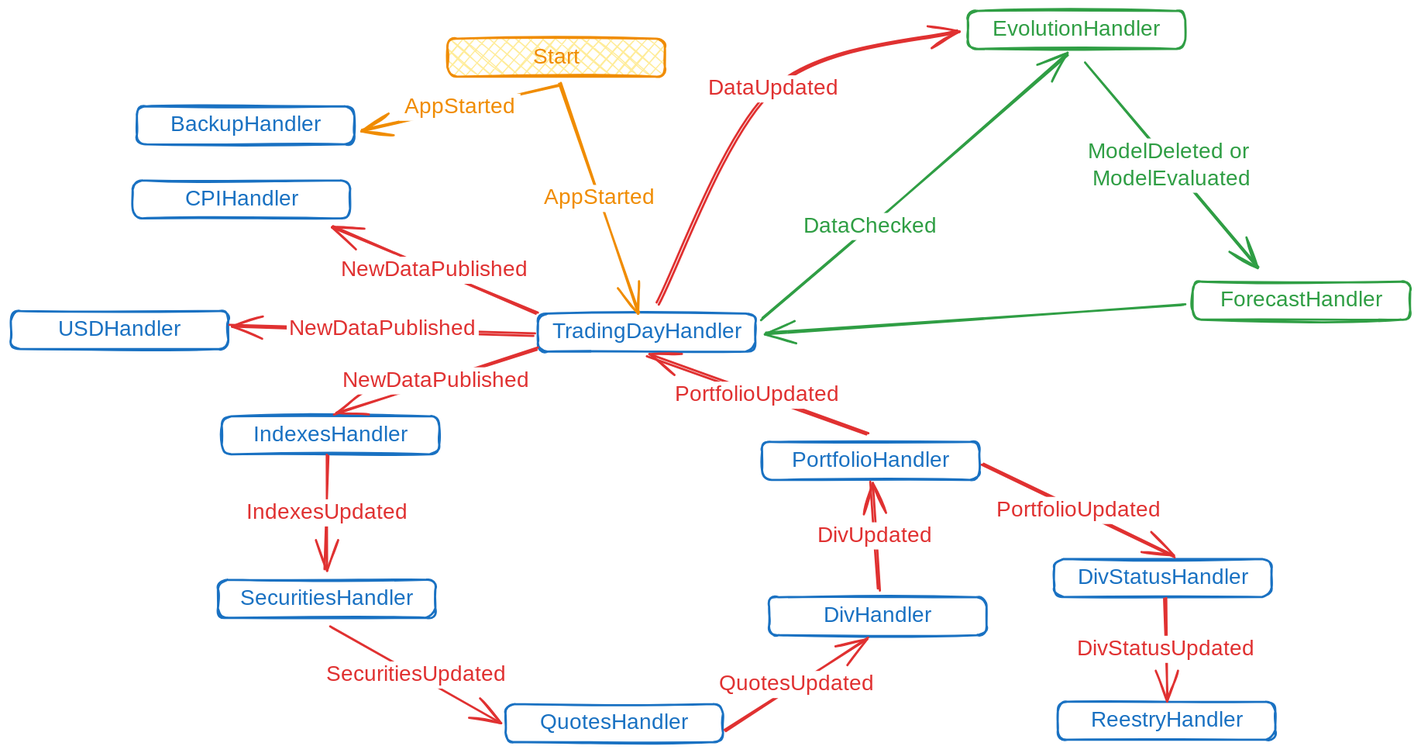
The Excalidraw diagram docs/.excalidraw.svg in WLM1ke/poptimizer, before a commit. Source tidied: one line per element, renumbered; positions are measured from the earlier drawing's top-left corner, leaving out a move shared by most shapes. The source it was exported from:
```json
{"id": 0, "type": "rectangle", "strokeColor": "#1971c2", "strokeWidth": 2, "roughness": 1, "round": true, "x": 486, "y": 279, "width": 200, "height": 35}
{"id": 1, "type": "text", "text": "TradingDayHandler", "strokeColor": "#1971c2", "strokeWidth": 2, "roughness": 1, "fontSize": 20, "fontFamily": 1, "textAlign": "center", "verticalAlign": "middle", "inside": 0, "x": 496, "y": 284, "width": 181, "height": 25}
{"id": 2, "type": "rectangle", "strokeColor": "#2f9e44", "strokeWidth": 2, "roughness": 1, "round": true, "x": 882, "y": 0, "width": 200, "height": 35}
{"id": 3, "type": "text", "text": "EvolutionHandler", "strokeColor": "#2f9e44", "strokeWidth": 2, "roughness": 1, "fontSize": 20, "fontFamily": 1, "textAlign": "center", "verticalAlign": "middle", "inside": 2, "x": 904, "y": 5, "width": 158, "height": 25}
{"id": 4, "type": "arrow", "strokeColor": "#2f9e44", "strokeWidth": 2, "roughness": 1, "endArrowhead": "arrow", "round": true, "from": 0, "to": 2, "x": 693, "y": 284, "width": 280, "height": 243, "points": [[0, 0], [99, -85], [280, -243]]}
{"id": 5, "type": "text", "text": "DataChecked", "strokeColor": "#2f9e44", "strokeWidth": 2, "roughness": 1, "fontSize": 20, "fontFamily": 1, "textAlign": "center", "verticalAlign": "middle", "inside": 4, "x": 739, "y": 222, "width": 129, "height": 25}
{"id": 6, "type": "rectangle", "strokeColor": "#1971c2", "strokeWidth": 2, "roughness": 1, "round": true, "x": 112, "y": 156, "width": 200, "height": 35}
{"id": 7, "type": "text", "text": "CPIHandler", "strokeColor": "#1971c2", "strokeWidth": 2, "roughness": 1, "fontSize": 20, "fontFamily": 1, "textAlign": "center", "verticalAlign": "middle", "inside": 6, "x": 159, "y": 161, "width": 107, "height": 25}
{"id": 8, "type": "arrow", "strokeColor": "#e03131", "strokeWidth": 2, "roughness": 1, "endArrowhead": "arrow", "round": true, "from": 0, "to": 6, "x": 484, "y": 279, "width": 187, "height": 80, "points": [[0, 0], [-187, -80]]}
{"id": 9, "type": "text", "text": "NewDataPublished", "strokeColor": "#e03131", "strokeWidth": 2, "roughness": 1, "fontSize": 20, "fontFamily": 1, "textAlign": "center", "verticalAlign": "middle", "inside": 8, "x": 311, "y": 226, "width": 177, "height": 25}
{"id": 10, "type": "arrow", "strokeColor": "#e03131", "strokeWidth": 2, "roughness": 1, "endArrowhead": "arrow", "round": true, "from": 0, "to": 2, "x": 596, "y": 270, "width": 277, "height": 251, "points": [[0, 0], [107, -198], [277, -251]]}
{"id": 11, "type": "text", "text": "DataUpdated", "strokeColor": "#e03131", "strokeWidth": 2, "roughness": 1, "fontSize": 20, "fontFamily": 1, "textAlign": "center", "verticalAlign": "middle", "inside": 10, "x": 769, "y": 273, "width": 136, "height": 25}
{"id": 12, "type": "rectangle", "strokeColor": "#1971c2", "strokeWidth": 2, "roughness": 1, "round": true, "x": 194, "y": 373, "width": 200, "height": 35}
{"id": 13, "type": "text", "text": "IndexesHandler", "strokeColor": "#1971c2", "strokeWidth": 2, "roughness": 1, "fontSize": 20, "fontFamily": 1, "textAlign": "center", "verticalAlign": "middle", "inside": 12, "x": 222, "y": 378, "width": 145, "height": 25}
{"id": 14, "type": "arrow", "strokeColor": "#e03131", "strokeWidth": 2, "roughness": 1, "endArrowhead": "arrow", "round": true, "from": 0, "to": 12, "x": 485, "y": 311, "width": 187, "height": 60, "points": [[0, 0], [-187, 60]]}
{"id": 15, "type": "text", "text": "NewDataPublished", "strokeColor": "#e03131", "strokeWidth": 2, "roughness": 1, "fontSize": 20, "fontFamily": 1, "textAlign": "center", "verticalAlign": "middle", "inside": 14, "x": 303, "y": 320, "width": 177, "height": 25}
{"id": 16, "type": "rectangle", "strokeColor": "#1971c2", "strokeWidth": 2, "roughness": 1, "round": true, "x": 191, "y": 524, "width": 200, "height": 35}
{"id": 17, "type": "text", "text": "SecuritiesHandler", "strokeColor": "#1971c2", "strokeWidth": 2, "roughness": 1, "fontSize": 20, "fontFamily": 1, "textAlign": "center", "verticalAlign": "middle", "inside": 16, "x": 209, "y": 529, "width": 165, "height": 25}
{"id": 18, "type": "arrow", "strokeColor": "#e03131", "strokeWidth": 2, "roughness": 1, "endArrowhead": "arrow", "round": true, "from": 12, "to": 16, "x": 293, "y": 410, "width": 3, "height": 104, "points": [[0, 0], [-3, 104]]}
{"id": 19, "type": "text", "text": "IndexesUpdated", "strokeColor": "#e03131", "strokeWidth": 2, "roughness": 1, "fontSize": 20, "fontFamily": 1, "textAlign": "center", "verticalAlign": "middle", "inside": 18, "x": 212, "y": 450, "width": 158, "height": 25}
{"id": 20, "type": "rectangle", "strokeColor": "#1971c2", "strokeWidth": 2, "roughness": 1, "round": true, "x": 456, "y": 639, "width": 200, "height": 35}
{"id": 21, "type": "text", "text": "QuotesHandler", "strokeColor": "#1971c2", "strokeWidth": 2, "roughness": 1, "fontSize": 20, "fontFamily": 1, "textAlign": "center", "verticalAlign": "middle", "inside": 20, "x": 487, "y": 644, "width": 140, "height": 25}
{"id": 22, "type": "arrow", "strokeColor": "#e03131", "strokeWidth": 2, "roughness": 1, "endArrowhead": "arrow", "round": true, "from": 16, "to": 20, "x": 296, "y": 568, "width": 155, "height": 87, "points": [[0, 0], [155, 87]]}
{"id": 23, "type": "text", "text": "SecuritiesUpdated", "strokeColor": "#e03131", "strokeWidth": 2, "roughness": 1, "fontSize": 20, "fontFamily": 1, "textAlign": "center", "verticalAlign": "middle", "inside": 22, "x": 354, "y": 545, "width": 177, "height": 25}
{"id": 24, "type": "rectangle", "strokeColor": "#1971c2", "strokeWidth": 2, "roughness": 1, "round": true, "x": 116, "y": 88, "width": 200, "height": 35}
{"id": 25, "type": "text", "text": "BackupHandler", "strokeColor": "#1971c2", "strokeWidth": 2, "roughness": 1, "fontSize": 20, "fontFamily": 1, "textAlign": "center", "verticalAlign": "middle", "inside": 24, "x": 147, "y": 93, "width": 139, "height": 25}
{"id": 26, "type": "rectangle", "strokeColor": "#f08c00", "backgroundColor": "#ffec99", "fillStyle": "cross-hatch", "strokeWidth": 2, "roughness": 1, "round": true, "x": 402, "y": 26, "width": 200, "height": 35}
{"id": 27, "type": "text", "text": "Start", "strokeColor": "#f08c00", "strokeWidth": 2, "roughness": 1, "fontSize": 20, "fontFamily": 1, "textAlign": "center", "verticalAlign": "middle", "inside": 26, "x": 474, "y": 31, "width": 57, "height": 25}
{"id": 28, "type": "arrow", "strokeColor": "#f08c00", "strokeWidth": 2, "roughness": 1, "endArrowhead": "arrow", "round": true, "from": 26, "x": 506, "y": 67, "width": 73, "height": 212, "points": [[0, 0], [73, 212]]}
{"id": 29, "type": "text", "text": "AppStarted", "strokeColor": "#f08c00", "strokeWidth": 2, "roughness": 1, "fontSize": 20, "fontFamily": 1, "textAlign": "center", "verticalAlign": "middle", "inside": 28, "x": 487, "y": 160, "width": 112, "height": 25}
{"id": 30, "type": "arrow", "strokeColor": "#f08c00", "strokeWidth": 2, "roughness": 1, "endArrowhead": "arrow", "round": true, "from": 26, "to": 24, "x": 505, "y": 68, "width": 182, "height": 42, "points": [[0, 0], [-182, 42]]}
{"id": 31, "type": "text", "text": "AppStarted", "strokeColor": "#f08c00", "strokeWidth": 2, "roughness": 1, "fontSize": 20, "fontFamily": 1, "textAlign": "center", "verticalAlign": "middle", "inside": 30, "x": 374, "y": 72, "width": 112, "height": 25}
{"id": 32, "type": "rectangle", "strokeColor": "#1971c2", "strokeWidth": 2, "roughness": 1, "round": true, "x": 699, "y": 540, "width": 200, "height": 35}
{"id": 33, "type": "text", "text": "DivHandler", "strokeColor": "#1971c2", "strokeWidth": 2, "roughness": 1, "fontSize": 20, "fontFamily": 1, "textAlign": "center", "verticalAlign": "middle", "inside": 32, "x": 749, "y": 545, "width": 100, "height": 25}
{"id": 34, "type": "arrow", "strokeColor": "#e03131", "strokeWidth": 2, "roughness": 1, "endArrowhead": "arrow", "round": true, "from": 20, "to": 32, "x": 658, "y": 664, "width": 132, "height": 86, "points": [[0, 0], [132, -86]]}
{"id": 35, "type": "text", "text": "QuotesUpdated", "strokeColor": "#e03131", "strokeWidth": 2, "roughness": 1, "fontSize": 20, "fontFamily": 1, "textAlign": "center", "verticalAlign": "middle", "inside": 34, "x": 675, "y": 578, "width": 152, "height": 25}
{"id": 36, "type": "rectangle", "strokeColor": "#1971c2", "strokeWidth": 2, "roughness": 1, "round": true, "x": 693, "y": 397, "width": 200, "height": 35}
{"id": 37, "type": "text", "text": "PortfolioHandler", "strokeColor": "#1971c2", "strokeWidth": 2, "roughness": 1, "fontSize": 20, "fontFamily": 1, "textAlign": "center", "verticalAlign": "middle", "inside": 36, "x": 715, "y": 402, "width": 156, "height": 25}
{"id": 38, "type": "arrow", "strokeColor": "#e03131", "strokeWidth": 2, "roughness": 1, "endArrowhead": "arrow", "round": true, "from": 32, "to": 36, "x": 800, "y": 533, "width": 7, "height": 99, "points": [[0, 0], [-7, -99]]}
{"id": 39, "type": "text", "text": "DivUpdated", "strokeColor": "#e03131", "strokeWidth": 2, "roughness": 1, "fontSize": 20, "fontFamily": 1, "textAlign": "center", "verticalAlign": "middle", "inside": 38, "x": 739, "y": 456, "width": 113, "height": 25}
{"id": 40, "type": "arrow", "strokeColor": "#e03131", "strokeWidth": 2, "roughness": 1, "endArrowhead": "arrow", "round": true, "from": 36, "to": 0, "x": 789, "y": 390, "width": 202, "height": 72, "points": [[0, 0], [-202, -72]]}
{"id": 41, "type": "text", "text": "PortfolioUpdated", "strokeColor": "#e03131", "strokeWidth": 2, "roughness": 1, "fontSize": 20, "fontFamily": 1, "textAlign": "center", "verticalAlign": "middle", "inside": 40, "x": 604, "y": 341, "width": 168, "height": 25}
{"id": 42, "type": "rectangle", "strokeColor": "#1971c2", "strokeWidth": 2, "roughness": 1, "round": true, "x": 962, "y": 505, "width": 200, "height": 35}
{"id": 43, "type": "text", "text": "DivStatusHandler", "strokeColor": "#1971c2", "strokeWidth": 2, "roughness": 1, "fontSize": 20, "fontFamily": 1, "textAlign": "center", "verticalAlign": "middle", "inside": 42, "x": 977, "y": 510, "width": 171, "height": 25}
{"id": 44, "type": "arrow", "strokeColor": "#e03131", "strokeWidth": 2, "roughness": 1, "endArrowhead": "arrow", "round": true, "from": 36, "to": 42, "x": 896, "y": 418, "width": 177, "height": 84, "points": [[0, 0], [177, 84]]}
{"id": 45, "type": "text", "text": "PortfolioUpdated", "strokeColor": "#e03131", "strokeWidth": 2, "roughness": 1, "fontSize": 20, "fontFamily": 1, "textAlign": "center", "verticalAlign": "middle", "inside": 44, "x": 857, "y": 442, "width": 168, "height": 25}
{"id": 46, "type": "rectangle", "strokeColor": "#1971c2", "strokeWidth": 2, "roughness": 1, "round": true, "x": 965, "y": 636, "width": 200, "height": 35}
{"id": 47, "type": "text", "text": "ReestryHandler", "strokeColor": "#1971c2", "strokeWidth": 2, "roughness": 1, "fontSize": 20, "fontFamily": 1, "textAlign": "center", "verticalAlign": "middle", "inside": 46, "x": 993, "y": 641, "width": 145, "height": 25}
{"id": 48, "type": "arrow", "strokeColor": "#e03131", "strokeWidth": 2, "roughness": 1, "endArrowhead": "arrow", "round": true, "from": 42, "to": 46, "x": 1064, "y": 541, "width": 2, "height": 95, "points": [[0, 0], [2, 95]]}
{"id": 49, "type": "text", "text": "DivStatusUpdated", "strokeColor": "#e03131", "strokeWidth": 2, "roughness": 1, "fontSize": 20, "fontFamily": 1, "textAlign": "center", "verticalAlign": "middle", "inside": 48, "x": 973, "y": 576, "width": 183, "height": 25}
{"id": 50, "type": "rectangle", "strokeColor": "#1971c2", "strokeWidth": 2, "roughness": 1, "round": true, "x": 0, "y": 277, "width": 200, "height": 35}
{"id": 51, "type": "text", "text": "USDHandler", "strokeColor": "#1971c2", "strokeWidth": 2, "roughness": 1, "fontSize": 20, "fontFamily": 1, "textAlign": "center", "verticalAlign": "middle", "inside": 50, "x": 44, "y": 282, "width": 112, "height": 25}
{"id": 52, "type": "arrow", "strokeColor": "#e03131", "strokeWidth": 2, "roughness": 1, "endArrowhead": "arrow", "round": true, "from": 0, "to": 50, "x": 483, "y": 298, "width": 281, "height": 8, "points": [[0, 0], [-281, -8]]}
{"id": 53, "type": "text", "text": "NewDataPublished", "strokeColor": "#e03131", "strokeWidth": 2, "roughness": 1, "fontSize": 20, "fontFamily": 1, "textAlign": "center", "verticalAlign": "middle", "inside": 52, "x": 239, "y": 270, "width": 177, "height": 25}
{"id": 54, "type": "rectangle", "strokeColor": "#2f9e44", "strokeWidth": 2, "roughness": 1, "round": true, "x": 1090, "y": 249, "width": 200, "height": 35}
{"id": 55, "type": "text", "text": "ForecastHandler", "strokeColor": "#2f9e44", "strokeWidth": 2, "roughness": 1, "fontSize": 20, "fontFamily": 1, "textAlign": "center", "verticalAlign": "middle", "inside": 54, "x": 1111, "y": 254, "width": 158, "height": 25}
{"id": 56, "type": "arrow", "strokeColor": "#2f9e44", "strokeWidth": 2, "roughness": 1, "endArrowhead": "arrow", "round": true, "from": 2, "to": 54, "x": 991, "y": 48, "width": 159, "height": 189, "points": [[0, 0], [159, 189]]}
{"id": 57, "type": "text", "text": "ModelDeleted or \nModelEvaluated", "strokeColor": "#2f9e44", "strokeWidth": 2, "roughness": 1, "fontSize": 20, "fontFamily": 1, "textAlign": "center", "verticalAlign": "middle", "inside": 56, "x": 939, "y": 122, "width": 170, "height": 50}
{"id": 58, "type": "arrow", "strokeColor": "#2f9e44", "strokeWidth": 2, "roughness": 1, "endArrowhead": "arrow", "round": true, "from": 54, "to": 0, "x": 1081, "y": 270, "width": 385, "height": 26, "points": [[0, 0], [-385, 26]]}
```
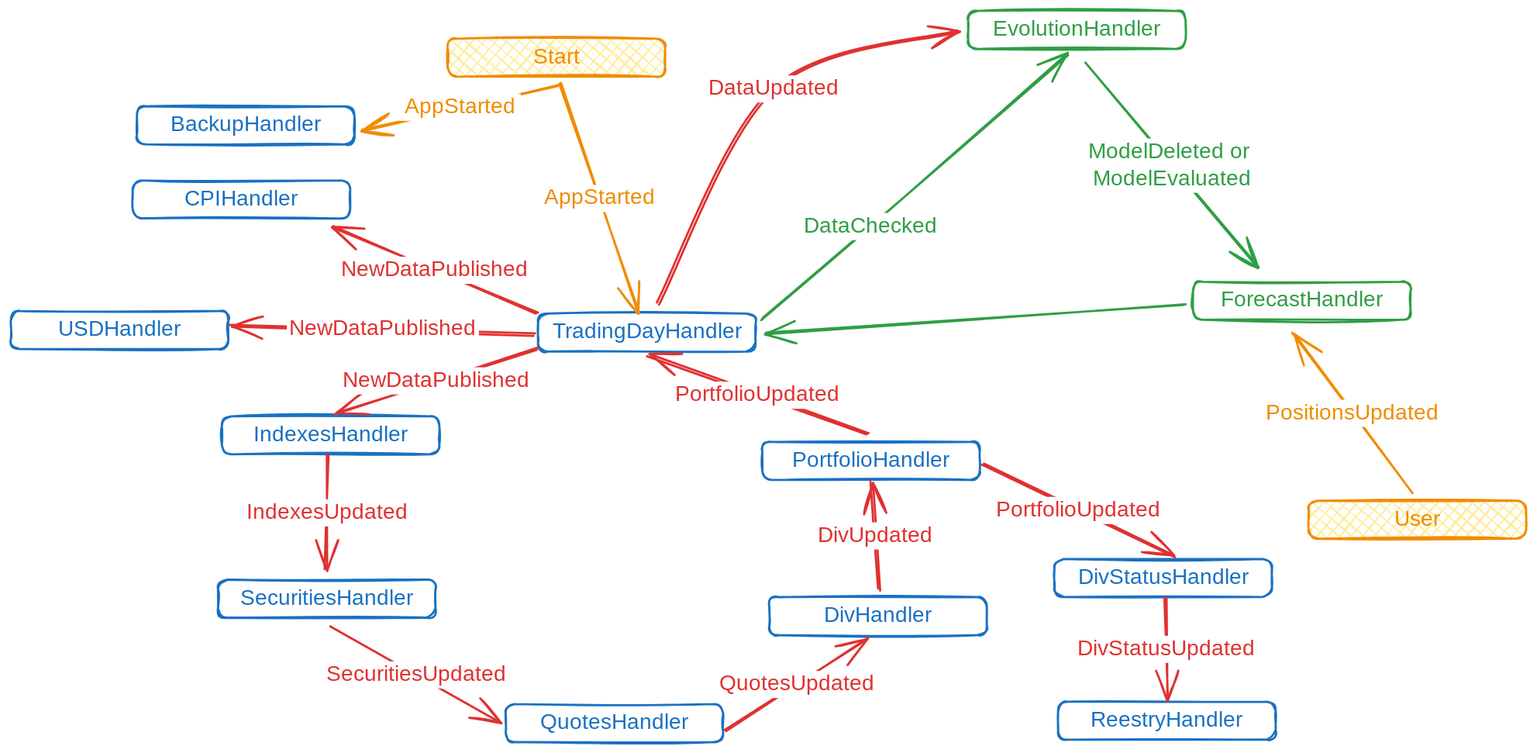
The same diagram one commit later.

Diff of the diagram source:
```diff
@@ -57,3 +57,7 @@
 {"id": 56, "type": "arrow", "strokeColor": "#2f9e44", "strokeWidth": 2, "roughness": 1, "endArrowhead": "arrow", "round": true, "from": 2, "to": 54, "x": 991, "y": 48, "width": 159, "height": 189, "points": [[0, 0], [159, 189]]}
 {"id": 57, "type": "text", "text": "ModelDeleted or \nModelEvaluated", "strokeColor": "#2f9e44", "strokeWidth": 2, "roughness": 1, "fontSize": 20, "fontFamily": 1, "textAlign": "center", "verticalAlign": "middle", "inside": 56, "x": 939, "y": 122, "width": 170, "height": 50}
 {"id": 58, "type": "arrow", "strokeColor": "#2f9e44", "strokeWidth": 2, "roughness": 1, "endArrowhead": "arrow", "round": true, "from": 54, "to": 0, "x": 1081, "y": 270, "width": 385, "height": 26, "points": [[0, 0], [-385, 26]]}
+{"id": 59, "type": "arrow", "strokeColor": "#f08c00", "strokeWidth": 2, "roughness": 1, "endArrowhead": "arrow", "round": true, "from": 61, "to": 54, "x": 1291, "y": 445, "width": 109, "height": 148, "points": [[0, 0], [-109, -148]]}
+{"id": 60, "type": "text", "text": "PositionsUpdated", "strokeColor": "#f08c00", "strokeWidth": 2, "roughness": 1, "fontSize": 20, "fontFamily": 1, "textAlign": "center", "verticalAlign": "middle", "inside": 59, "x": 907, "y": 330, "width": 169, "height": 25}
+{"id": 61, "type": "rectangle", "strokeColor": "#f08c00", "backgroundColor": "#ffec99", "fillStyle": "cross-hatch", "strokeWidth": 2, "roughness": 1, "round": true, "x": 1196, "y": 451, "width": 200, "height": 35}
+{"id": 62, "type": "text", "text": "User", "strokeColor": "#f08c00", "strokeWidth": 2, "roughness": 1, "fontSize": 20, "fontFamily": 1, "textAlign": "center", "verticalAlign": "middle", "inside": 61, "x": 1274, "y": 456, "width": 45, "height": 25}
```
